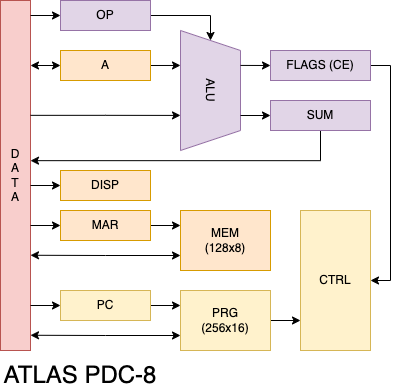
This is files/images/pdc_arch.png from techno-sorcery/techno-sorcery.github.io, a draw.io export, as it was before one commit. Source tidied: cells renumbered, new cells last; positions are measured from the earlier drawing's top-left corner, leaving out a move shared by most shapes.
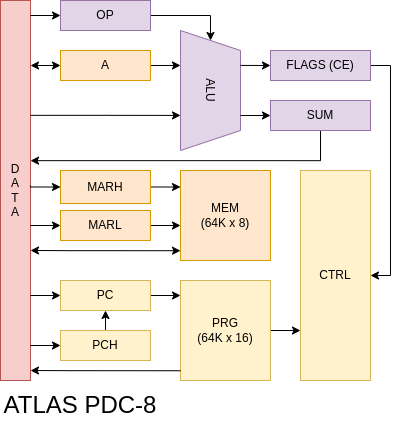
The same diagram one commit later.

The edit, as a diff of the source:
```diff
@@ -6,7 +6,7 @@
       <mxGeometry x="150" y="60" width="120" height="60" as="geometry" />
     </mxCell>
     <mxCell id="3" value="D&lt;br&gt;A&lt;br&gt;T&lt;br&gt;A" style="rounded=0;whiteSpace=wrap;html=1;fillColor=#f8cecc;strokeColor=#b85450;" parent="1" vertex="1">
-      <mxGeometry width="30" height="350" as="geometry" />
+      <mxGeometry width="30" height="380" as="geometry" />
     </mxCell>
     <mxCell id="4" style="edgeStyle=orthogonalEdgeStyle;rounded=0;jettySize=auto;html=1;entryX=0.291;entryY=0;entryDx=0;entryDy=0;entryPerimeter=0;startArrow=classic;startFill=1;endArrow=none;endFill=0;" parent="1" edge="1" target="2">
       <mxGeometry relative="1" as="geometry">
@@ -23,7 +23,7 @@
       <mxGeometry x="270" y="50" width="100" height="30" as="geometry" />
     </mxCell>
     <mxCell id="7" value="&lt;font style=&quot;font-size: 24px&quot;&gt;ATLAS PDC-8&lt;/font&gt;" style="text;html=1;strokeColor=none;fillColor=none;align=center;verticalAlign=middle;whiteSpace=wrap;rounded=0;" parent="1" vertex="1">
-      <mxGeometry y="360" width="160" height="30" as="geometry" />
+      <mxGeometry y="390" width="160" height="30" as="geometry" />
     </mxCell>
     <mxCell id="8" style="edgeStyle=orthogonalEdgeStyle;rounded=0;orthogonalLoop=1;jettySize=auto;html=1;exitX=1;exitY=0.261;exitDx=0;exitDy=0;entryX=0.791;entryY=1;entryDx=0;entryDy=0;entryPerimeter=0;startArrow=none;startFill=0;endArrow=classic;endFill=1;exitPerimeter=0;" parent="1" edge="1">
       <mxGeometry relative="1" as="geometry">
@@ -50,23 +50,15 @@
     </mxCell>
     <mxCell id="12" style="edgeStyle=orthogonalEdgeStyle;rounded=0;jettySize=auto;html=1;exitX=0;exitY=0.5;exitDx=0;exitDy=0;entryX=1;entryY=0.227;entryDx=0;entryDy=0;entryPerimeter=0;startArrow=classic;startFill=1;endArrow=none;endFill=0;" parent="1" edge="1" source="14">
       <mxGeometry relative="1" as="geometry">
-        <mxPoint x="30" y="224.9" as="targetPoint" />
+        <mxPoint x="30" y="184.9" as="targetPoint" />
       </mxGeometry>
     </mxCell>
-    <mxCell id="13" style="edgeStyle=orthogonalEdgeStyle;rounded=0;jettySize=auto;html=1;exitX=1;exitY=0.5;exitDx=0;exitDy=0;entryX=0;entryY=0.25;entryDx=0;entryDy=0;startArrow=none;startFill=0;endArrow=classic;endFill=1;" parent="1" edge="1" source="14" target="24">
+    <mxCell id="13" style="edgeStyle=orthogonalEdgeStyle;rounded=0;jettySize=auto;html=1;exitX=1;exitY=0.5;exitDx=0;exitDy=0;entryX=0;entryY=0.182;entryDx=0;entryDy=0;entryPerimeter=0;" parent="1" edge="1" source="14" target="24">
       <mxGeometry relative="1" as="geometry" />
     </mxCell>
-    <mxCell id="14" value="MAR" style="rounded=0;whiteSpace=wrap;html=1;fillColor=#ffe6cc;strokeColor=#d79b00;" parent="1" vertex="1">
-      <mxGeometry x="60" y="210" width="90" height="30" as="geometry" />
+    <mxCell id="14" value="MARH" style="rounded=0;whiteSpace=wrap;html=1;fillColor=#ffe6cc;strokeColor=#d79b00;" parent="1" vertex="1">
+      <mxGeometry x="60" y="170" width="90" height="33" as="geometry" />
     </mxCell>
-    <mxCell id="15" style="edgeStyle=orthogonalEdgeStyle;rounded=0;jettySize=auto;html=1;exitX=0;exitY=0.5;exitDx=0;exitDy=0;entryX=1;entryY=0.227;entryDx=0;entryDy=0;entryPerimeter=0;startArrow=classic;startFill=1;endArrow=none;endFill=0;" parent="1" edge="1" source="16">
-      <mxGeometry relative="1" as="geometry">
-        <mxPoint x="30" y="184.9" as="targetPoint" />
-      </mxGeometry>
-    </mxCell>
-    <mxCell id="16" value="DISP" style="rounded=0;whiteSpace=wrap;html=1;fillColor=#ffe6cc;strokeColor=#d79b00;" parent="1" vertex="1">
-      <mxGeometry x="60" y="170" width="90" height="30" as="geometry" />
-    </mxCell>
     <mxCell id="17" style="edgeStyle=orthogonalEdgeStyle;rounded=0;jettySize=auto;html=1;exitX=0;exitY=0.5;exitDx=0;exitDy=0;entryX=1;entryY=0.227;entryDx=0;entryDy=0;entryPerimeter=0;startArrow=classic;startFill=1;endArrow=none;endFill=0;" parent="1" edge="1" source="19">
       <mxGeometry relative="1" as="geometry">
         <mxPoint x="30" y="14.9" as="targetPoint" />
@@ -96,38 +88,72 @@
     <mxCell id="22" value="SUM" style="rounded=0;whiteSpace=wrap;html=1;fillColor=#e1d5e7;strokeColor=#9673a6;" parent="1" vertex="1">
       <mxGeometry x="270" y="100" width="100" height="30" as="geometry" />
     </mxCell>
-    <mxCell id="23" style="edgeStyle=orthogonalEdgeStyle;rounded=0;jettySize=auto;html=1;exitX=0;exitY=0.75;exitDx=0;exitDy=0;entryX=1;entryY=0.579;entryDx=0;entryDy=0;entryPerimeter=0;startArrow=classic;startFill=1;endArrow=classic;endFill=1;" parent="1" edge="1" source="24">
-      <mxGeometry relative="1" as="geometry">
-        <mxPoint x="30" y="254.8" as="targetPoint" />
-      </mxGeometry>
-    </mxCell>
-    <mxCell id="24" value="MEM&lt;br&gt;(128x8)" style="rounded=0;whiteSpace=wrap;html=1;fillColor=#ffe6cc;strokeColor=#d79b00;" parent="1" vertex="1">
-      <mxGeometry x="180" y="210" width="90" height="60" as="geometry" />
+    <mxCell id="24" value="MEM&lt;br&gt;(64K x 8)" style="rounded=0;whiteSpace=wrap;html=1;fillColor=#ffe6cc;strokeColor=#d79b00;" parent="1" vertex="1">
+      <mxGeometry x="180" y="170" width="90" height="90" as="geometry" />
     </mxCell>
     <mxCell id="25" style="edgeStyle=orthogonalEdgeStyle;rounded=0;jettySize=auto;html=1;exitX=0;exitY=0.5;exitDx=0;exitDy=0;entryX=1;entryY=0.227;entryDx=0;entryDy=0;entryPerimeter=0;startArrow=classic;startFill=1;endArrow=none;endFill=0;" parent="1" edge="1" source="27">
       <mxGeometry relative="1" as="geometry">
-        <mxPoint x="30" y="304.9" as="targetPoint" />
+        <mxPoint x="30" y="294.9" as="targetPoint" />
       </mxGeometry>
     </mxCell>
-    <mxCell id="26" style="edgeStyle=orthogonalEdgeStyle;rounded=0;jettySize=auto;html=1;exitX=1;exitY=0.5;exitDx=0;exitDy=0;entryX=0;entryY=0.25;entryDx=0;entryDy=0;startArrow=none;startFill=0;endArrow=classic;endFill=1;" parent="1" edge="1" source="27" target="30">
+    <mxCell id="26" style="edgeStyle=orthogonalEdgeStyle;rounded=0;jettySize=auto;html=1;exitX=1;exitY=0.5;exitDx=0;exitDy=0;entryX=0;entryY=0.15;entryDx=0;entryDy=0;entryPerimeter=0;" parent="1" edge="1" source="27" target="30">
       <mxGeometry relative="1" as="geometry" />
     </mxCell>
     <mxCell id="27" value="PC" style="rounded=0;whiteSpace=wrap;html=1;fillColor=#fff2cc;strokeColor=#d6b656;" parent="1" vertex="1">
-      <mxGeometry x="60" y="290" width="90" height="30" as="geometry" />
+      <mxGeometry x="60" y="280" width="90" height="30" as="geometry" />
     </mxCell>
-    <mxCell id="28" style="edgeStyle=orthogonalEdgeStyle;rounded=0;jettySize=auto;html=1;exitX=0;exitY=0.75;exitDx=0;exitDy=0;entryX=1;entryY=0.579;entryDx=0;entryDy=0;entryPerimeter=0;startArrow=classic;startFill=1;endArrow=classic;endFill=1;" parent="1" edge="1" source="30">
-      <mxGeometry relative="1" as="geometry">
-        <mxPoint x="30" y="334.8" as="targetPoint" />
-      </mxGeometry>
-    </mxCell>
-    <mxCell id="29" style="edgeStyle=orthogonalEdgeStyle;rounded=0;jettySize=auto;html=1;exitX=1;exitY=0.5;exitDx=0;exitDy=0;entryX=0;entryY=0.787;entryDx=0;entryDy=0;entryPerimeter=0;startArrow=none;startFill=0;endArrow=classic;endFill=1;" parent="1" edge="1" source="30" target="31">
+    <mxCell id="29" style="edgeStyle=orthogonalEdgeStyle;rounded=0;jettySize=auto;html=1;exitX=1;exitY=0.5;exitDx=0;exitDy=0;entryX=0;entryY=0.762;entryDx=0;entryDy=0;entryPerimeter=0;" parent="1" edge="1" source="30" target="31">
       <mxGeometry relative="1" as="geometry" />
     </mxCell>
-    <mxCell id="30" value="PRG&lt;br&gt;(256x16)" style="rounded=0;whiteSpace=wrap;html=1;fillColor=#fff2cc;strokeColor=#d6b656;" parent="1" vertex="1">
-      <mxGeometry x="180" y="290" width="90" height="60" as="geometry" />
+    <mxCell id="30" value="PRG&lt;br&gt;(64K x 16)" style="rounded=0;whiteSpace=wrap;html=1;fillColor=#fff2cc;strokeColor=#d6b656;" parent="1" vertex="1">
+      <mxGeometry x="180" y="280" width="90" height="100" as="geometry" />
     </mxCell>
     <mxCell id="31" value="CTRL" style="rounded=0;whiteSpace=wrap;html=1;fillColor=#fff2cc;strokeColor=#d6b656;" parent="1" vertex="1">
-      <mxGeometry x="300" y="210" width="70" height="140" as="geometry" />
+      <mxGeometry x="300" y="170" width="70" height="210" as="geometry" />
     </mxCell>
+    <mxCell id="32" style="edgeStyle=orthogonalEdgeStyle;rounded=0;jettySize=auto;html=1;exitX=0;exitY=0.5;exitDx=0;exitDy=0;entryX=1;entryY=0.227;entryDx=0;entryDy=0;entryPerimeter=0;startArrow=classic;startFill=1;endArrow=none;endFill=0;" parent="1" edge="1" source="34">
+      <mxGeometry relative="1" as="geometry">
+        <mxPoint x="30" y="224.9" as="targetPoint" />
+      </mxGeometry>
+    </mxCell>
+    <mxCell id="33" style="edgeStyle=orthogonalEdgeStyle;rounded=0;jettySize=auto;html=1;exitX=1;exitY=0.5;exitDx=0;exitDy=0;entryX=0;entryY=0.25;entryDx=0;entryDy=0;startArrow=none;startFill=0;endArrow=classic;endFill=1;" parent="1" edge="1" source="34">
+      <mxGeometry relative="1" as="geometry">
+        <mxPoint x="180" y="225" as="targetPoint" />
+      </mxGeometry>
+    </mxCell>
+    <mxCell id="34" value="MARL" style="rounded=0;whiteSpace=wrap;html=1;fillColor=#ffe6cc;strokeColor=#d79b00;" parent="1" vertex="1">
+      <mxGeometry x="60" y="210" width="90" height="30" as="geometry" />
+    </mxCell>
+    <mxCell id="35" style="edgeStyle=orthogonalEdgeStyle;rounded=0;orthogonalLoop=1;jettySize=auto;html=1;exitX=0;exitY=0.75;exitDx=0;exitDy=0;entryX=1;entryY=0.579;entryDx=0;entryDy=0;entryPerimeter=0;startArrow=classic;startFill=1;endArrow=classic;endFill=1;" parent="1" edge="1">
+      <mxGeometry relative="1" as="geometry">
+        <mxPoint x="180" y="250.2" as="sourcePoint" />
+        <mxPoint x="30" y="250" as="targetPoint" />
+        <Array as="points">
+          <mxPoint x="70" y="250" />
+          <mxPoint x="70" y="250" />
+        </Array>
+      </mxGeometry>
+    </mxCell>
+    <mxCell id="36" style="edgeStyle=orthogonalEdgeStyle;rounded=0;jettySize=auto;html=1;exitX=0;exitY=0.5;exitDx=0;exitDy=0;entryX=1;entryY=0.227;entryDx=0;entryDy=0;entryPerimeter=0;startArrow=classic;startFill=1;endArrow=none;endFill=0;" parent="1" edge="1" source="38">
+      <mxGeometry relative="1" as="geometry">
+        <mxPoint x="30" y="344.9" as="targetPoint" />
+      </mxGeometry>
+    </mxCell>
+    <mxCell id="37" style="edgeStyle=orthogonalEdgeStyle;rounded=0;jettySize=auto;html=1;exitX=0.5;exitY=0;exitDx=0;exitDy=0;entryX=0.5;entryY=1;entryDx=0;entryDy=0;" parent="1" edge="1" source="38" target="27">
+      <mxGeometry relative="1" as="geometry" />
+    </mxCell>
+    <mxCell id="38" value="PCH" style="rounded=0;whiteSpace=wrap;html=1;fillColor=#fff2cc;strokeColor=#d6b656;" parent="1" vertex="1">
+      <mxGeometry x="60" y="330" width="90" height="30" as="geometry" />
+    </mxCell>
+    <mxCell id="39" style="edgeStyle=orthogonalEdgeStyle;rounded=0;orthogonalLoop=1;jettySize=auto;html=1;exitX=0;exitY=0.75;exitDx=0;exitDy=0;entryX=1;entryY=0.579;entryDx=0;entryDy=0;entryPerimeter=0;startArrow=none;startFill=0;endArrow=classic;endFill=1;" parent="1" edge="1">
+      <mxGeometry relative="1" as="geometry">
+        <mxPoint x="180" y="370.2" as="sourcePoint" />
+        <mxPoint x="30" y="370" as="targetPoint" />
+        <Array as="points">
+          <mxPoint x="70" y="370" />
+          <mxPoint x="70" y="370" />
+        </Array>
+      </mxGeometry>
+    </mxCell>
   </root>
 </mxGraphModel>
```
